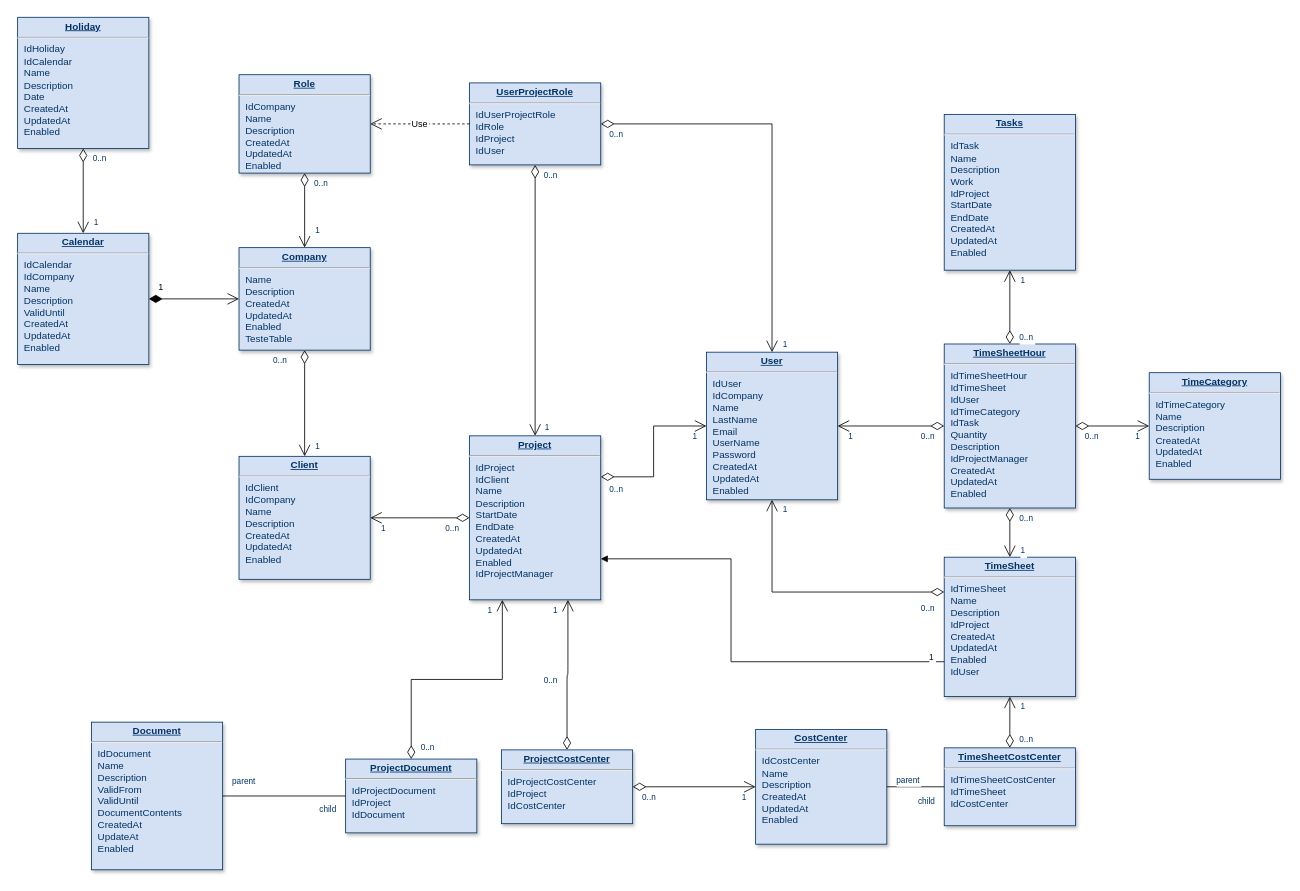
Earlier version of the draw.io diagram table_flows.drawio (leonardovenan/pysparkFeatures). Source tidied: cells renumbered, new cells numbered last; positions are measured from the earlier drawing's top-left corner, leaving out a move shared by most shapes. Both pictures are drawn from the tidied source at 82%, with x=0, y=0 at pixel (17, 17).
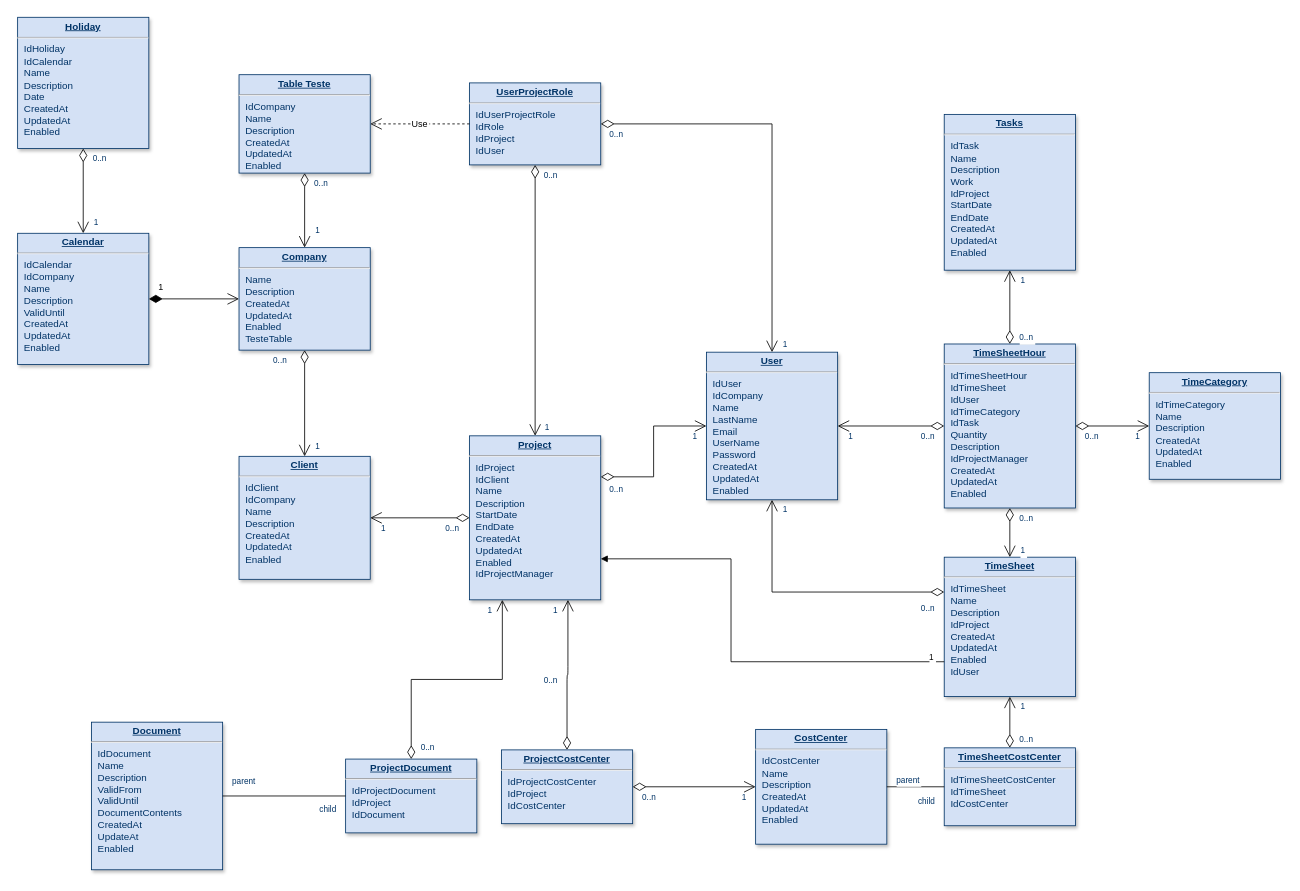
After the change.

Diff of the diagram source:
```diff
@@
-    <mxCell id="2" value="&lt;p style=&quot;margin: 0px; margin-top: 4px; text-align: center; text-decoration: underline;&quot;&gt;&lt;strong&gt;Role&lt;/strong&gt;&lt;/p&gt;&lt;hr /&gt;&lt;p style=&quot;margin: 0px; margin-left: 8px;&quot;&gt;IdCompany&lt;br /&gt;Name&lt;/p&gt;&lt;p style=&quot;margin: 0px; margin-left: 8px;&quot;&gt;Description&lt;/p&gt;&lt;p style=&quot;margin: 0px; margin-left: 8px;&quot;&gt;CreatedAt&lt;/p&gt;&lt;p style=&quot;margin: 0px; margin-left: 8px;&quot;&gt;UpdatedAt&lt;/p&gt;&lt;p style=&quot;margin: 0px; margin-left: 8px;&quot;&gt;Enabled&lt;/p&gt;" style="verticalAlign=top;align=left;overflow=fill;fontSize=12;fontFamily=Helvetica;html=1;strokeColor=#003366;shadow=1;fillColor=#D4E1F5;fontColor=#003366;" parent="1" vertex="1">
+    <mxCell id="2" value="&lt;p style=&quot;margin: 0px; margin-top: 4px; text-align: center; text-decoration: underline;&quot;&gt;&lt;strong&gt;Table Teste&lt;/strong&gt;&lt;/p&gt;&lt;hr&gt;&lt;p style=&quot;margin: 0px; margin-left: 8px;&quot;&gt;IdCompany&lt;br&gt;Name&lt;/p&gt;&lt;p style=&quot;margin: 0px; margin-left: 8px;&quot;&gt;Description&lt;/p&gt;&lt;p style=&quot;margin: 0px; margin-left: 8px;&quot;&gt;CreatedAt&lt;/p&gt;&lt;p style=&quot;margin: 0px; margin-left: 8px;&quot;&gt;UpdatedAt&lt;/p&gt;&lt;p style=&quot;margin: 0px; margin-left: 8px;&quot;&gt;Enabled&lt;/p&gt;" style="verticalAlign=top;align=left;overflow=fill;fontSize=12;fontFamily=Helvetica;html=1;strokeColor=#003366;shadow=1;fillColor=#D4E1F5;fontColor=#003366;" parent="1" vertex="1">
       <mxGeometry x="270" y="69.6" width="160" height="120" as="geometry" />
     </mxCell>
```
